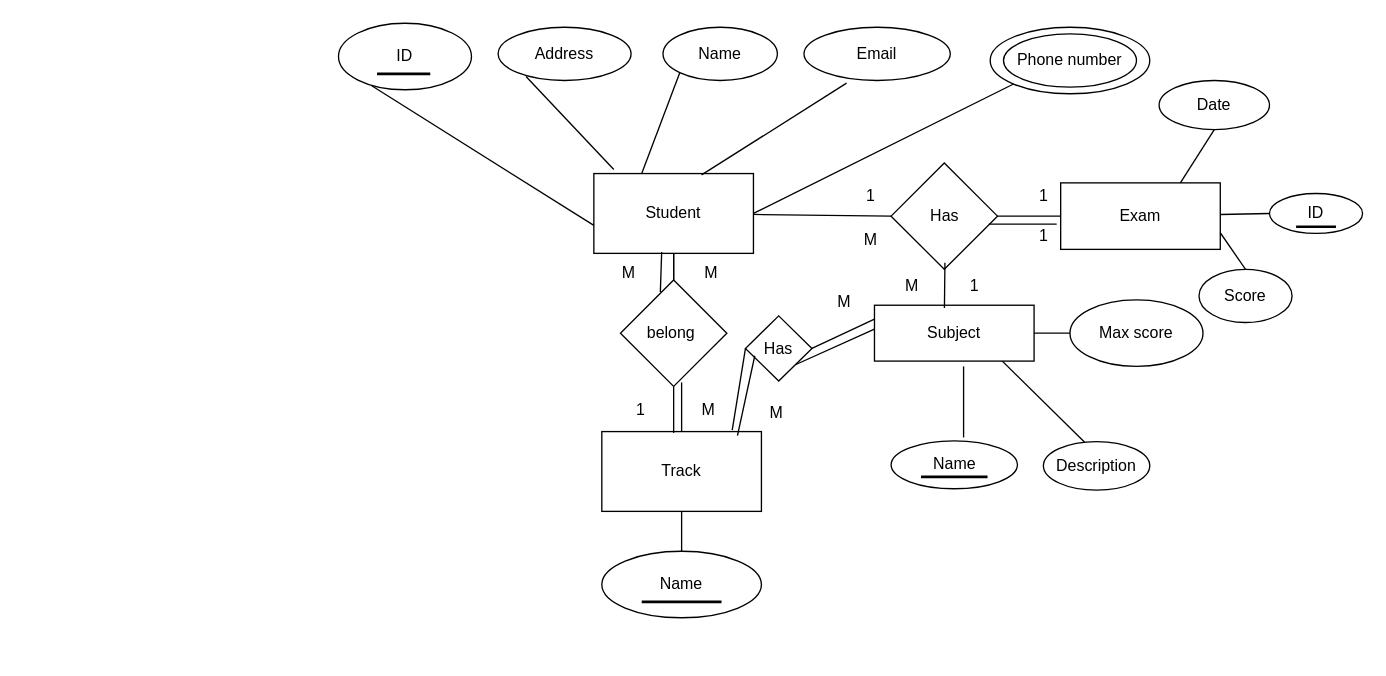
Earlier version of the draw.io diagram Untitled Diagram.drawio (NIHALMAGDY/ERD_Digrams). Source tidied: cells renumbered, new cells numbered last; positions are measured from the earlier drawing's top-left corner, leaving out a move shared by most shapes. Both pictures are drawn from the tidied source at 133%, with x=0, y=0 at pixel (338, 23).
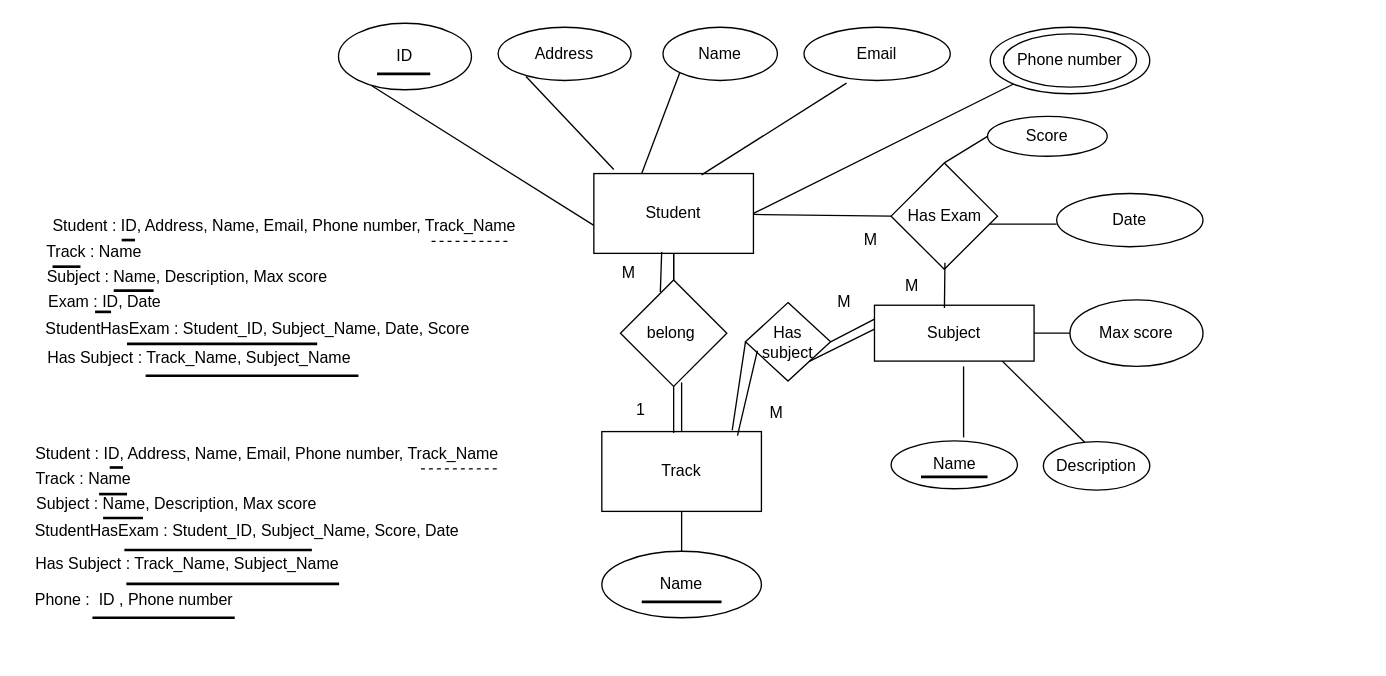
After the change.

Diff of the diagram source:
```diff
@@
-    <mxCell id="18" value="M" style="text;html=1;align=center;verticalAlign=middle;" parent="1" vertex="1">
-      <mxGeometry x="263" y="281" width="30" height="20" as="geometry" />
-    </mxCell>
-    <mxCell id="19" value="M" style="text;html=1;align=center;verticalAlign=middle;" parent="1" vertex="1">
-      <mxGeometry x="265" y="178" width="30" height="20" as="geometry" />
-    </mxCell>
@@
-    <mxCell id="33" value="Exam" style="rounded=0;whiteSpace=wrap;html=1;" parent="1" vertex="1">
-      <mxGeometry x="543" y="120" width="120" height="50" as="geometry" />
-    </mxCell>
-    <mxCell id="34" value="Has" style="rhombus;whiteSpace=wrap;html=1;" parent="1" vertex="1">
+    <mxCell id="34" value="Has Exam" style="rhombus;whiteSpace=wrap;html=1;" parent="1" vertex="1">
       <mxGeometry x="415.5" y="105" width="80" height="80" as="geometry" />
     </mxCell>
@@
-    <mxCell id="36" style="endArrow=none;html=1;entryX=0;entryY=0.5;entryDx=0;entryDy=0;exitX=1;exitY=0.5;exitDx=0;exitDy=0;" parent="1" edge="1" source="34" target="33">
-      <mxGeometry relative="1" as="geometry" />
-    </mxCell>
@@
-    <mxCell id="38" value="Date" style="ellipse;whiteSpace=wrap;html=1;" parent="1" vertex="1">
-      <mxGeometry x="617" y="43" width="83" height="37" as="geometry" />
-    </mxCell>
-    <mxCell id="39" style="endArrow=none;html=1;entryX=0.5;entryY=1;entryDx=0;entryDy=0;exitX=0.75;exitY=0;exitDx=0;exitDy=0;" parent="1" edge="1" source="33" target="38">
-      <mxGeometry relative="1" as="geometry" />
-    </mxCell>
-    <mxCell id="40" value="Score" style="ellipse;whiteSpace=wrap;html=1;" parent="1" vertex="1">
-      <mxGeometry x="647" y="185" width="70" height="40" as="geometry" />
-    </mxCell>
-    <mxCell id="41" style="endArrow=none;html=1;entryX=0.5;entryY=0;entryDx=0;entryDy=0;exitX=1;exitY=0.75;exitDx=0;exitDy=0;" parent="1" edge="1" source="33" target="40">
-      <mxGeometry relative="1" as="geometry" />
-    </mxCell>
-    <mxCell id="42" value="ID" style="ellipse;whiteSpace=wrap;html=1;" parent="1" vertex="1">
-      <mxGeometry x="700" y="128" width="70" height="30" as="geometry" />
-    </mxCell>
-    <mxCell id="43" style="line;strokeWidth=2;html=1;" parent="1" vertex="1">
-      <mxGeometry x="720" y="148" width="30" height="10" as="geometry" />
-    </mxCell>
-    <mxCell id="44" style="endArrow=none;html=1;entryX=0;entryY=0.5;entryDx=0;entryDy=0;" parent="1" edge="1" source="33" target="42">
-      <mxGeometry relative="1" as="geometry" />
-    </mxCell>
-    <mxCell id="45" value="1" style="text;html=1;align=center;verticalAlign=middle;" parent="1" vertex="1">
-      <mxGeometry x="520" y="120" width="20" height="20" as="geometry" />
-    </mxCell>
-    <mxCell id="46" value="1" style="text;html=1;align=center;verticalAlign=middle;" parent="1" vertex="1">
-      <mxGeometry x="390" y="120" width="20" height="20" as="geometry" />
-    </mxCell>
-    <mxCell id="47" value="1" style="text;html=1;align=center;verticalAlign=middle;" parent="1" vertex="1">
-      <mxGeometry x="520" y="150" width="20" height="20" as="geometry" />
-    </mxCell>
-    <mxCell id="48" value="1" style="text;html=1;align=center;verticalAlign=middle;" parent="1" vertex="1">
-      <mxGeometry x="468" y="188" width="20" height="20" as="geometry" />
-    </mxCell>
@@
-    <mxCell id="56" value="Has" style="rhombus;whiteSpace=wrap;html=1;" parent="1" vertex="1">
-      <mxGeometry x="306" y="220" width="50" height="49" as="geometry" />
+    <mxCell id="56" value="Has&lt;br&gt;subject" style="rhombus;whiteSpace=wrap;html=1;" parent="1" vertex="1">
+      <mxGeometry x="306" y="210" width="64" height="59" as="geometry" />
     </mxCell>
@@
+    <mxCell id="63" value="Student : ID, Address, Name, Email, Phone number, Track_Name" style="text;html=1;align=center;verticalAlign=middle;" parent="1" vertex="1">
+      <mxGeometry x="-221" y="143" width="360" height="20" as="geometry" />
+    </mxCell>
+    <mxCell id="64" value="Track : Name" style="text;html=1;align=center;verticalAlign=middle;" parent="1" vertex="1">
+      <mxGeometry x="-229" y="162" width="90" height="20" as="geometry" />
+    </mxCell>
+    <mxCell id="65" value="Subject : Name, Description, Max score" style="text;html=1;align=center;verticalAlign=middle;" parent="1" vertex="1">
+      <mxGeometry x="-229" y="181" width="230" height="20" as="geometry" />
+    </mxCell>
+    <mxCell id="66" value="Exam : ID, Date" style="text;html=1;align=center;verticalAlign=middle;" parent="1" vertex="1">
+      <mxGeometry x="-226" y="200" width="100" height="20" as="geometry" />
+    </mxCell>
+    <mxCell id="67" style="line;strokeWidth=2;html=1;" parent="1" vertex="1">
+      <mxGeometry x="-163" y="158" width="10" height="10" as="geometry" />
+    </mxCell>
+    <mxCell id="68" style="line;strokeWidth=2;html=1;" parent="1" vertex="1">
+      <mxGeometry x="-215" y="178" width="21" height="10" as="geometry" />
+    </mxCell>
+    <mxCell id="69" style="line;strokeWidth=2;html=1;" parent="1" vertex="1">
+      <mxGeometry x="-169" y="196" width="30" height="10" as="geometry" />
+    </mxCell>
+    <mxCell id="70" style="line;strokeWidth=2;html=1;" parent="1" vertex="1">
+      <mxGeometry x="-183" y="212" width="12" height="10" as="geometry" />
+    </mxCell>
+    <mxCell id="71" value="Phone :&amp;nbsp;&amp;nbsp;ID , Phone number&lt;br&gt;&amp;nbsp;&lt;br&gt;&amp;nbsp;" style="text;html=1;align=center;verticalAlign=middle;" parent="1" vertex="1">
+      <mxGeometry x="-234" y="423" width="160" height="50" as="geometry" />
+    </mxCell>
+    <mxCell id="72" value="&lt;span&gt;StudentHasExam : Student_ID, Subject_Name, Date, Score&lt;/span&gt;" style="text;html=1;align=center;verticalAlign=middle;" parent="1" vertex="1">
+      <mxGeometry x="-226" y="220" width="330" height="20" as="geometry" />
+    </mxCell>
+    <mxCell id="73" style="line;strokeWidth=2;html=1;" parent="1" vertex="1">
+      <mxGeometry x="-159" y="236" width="143" height="10" as="geometry" />
+    </mxCell>
+    <mxCell id="74" style="endArrow=none;dashed=1;html=1;" parent="1" edge="1">
+      <mxGeometry relative="1" as="geometry">
+        <mxPoint x="70" y="164" as="sourcePoint" />
+        <mxPoint x="130" y="164" as="targetPoint" />
+      </mxGeometry>
+    </mxCell>
+    <mxCell id="75" value="Has Subject : Track_Name, Subject_Name" style="text;html=1;align=center;verticalAlign=middle;" parent="1" vertex="1">
+      <mxGeometry x="-225" y="242" width="240" height="20" as="geometry" />
+    </mxCell>
+    <mxCell id="76" style="line;strokeWidth=2;html=1;" parent="1" vertex="1">
+      <mxGeometry x="-145" y="260" width="160" height="10" as="geometry" />
+    </mxCell>
+    <mxCell id="77" value="Student : ID, Address, Name, Email, Phone number, Track_Name" style="text;html=1;align=center;verticalAlign=middle;" parent="1" vertex="1">
+      <mxGeometry x="-234" y="314" width="360" height="20" as="geometry" />
+    </mxCell>
+    <mxCell id="78" value="Track : Name" style="text;html=1;align=center;verticalAlign=middle;" parent="1" vertex="1">
+      <mxGeometry x="-237" y="333" width="90" height="20" as="geometry" />
+    </mxCell>
+    <mxCell id="79" value="Subject : Name, Description, Max score" style="text;html=1;align=center;verticalAlign=middle;" parent="1" vertex="1">
+      <mxGeometry x="-237" y="352" width="230" height="20" as="geometry" />
+    </mxCell>
+    <mxCell id="80" style="line;strokeWidth=2;html=1;" parent="1" vertex="1">
+      <mxGeometry x="-172" y="329" width="10" height="10" as="geometry" />
+    </mxCell>
+    <mxCell id="81" style="line;strokeWidth=2;html=1;" parent="1" vertex="1">
+      <mxGeometry x="-180" y="349" width="21" height="10" as="geometry" />
+    </mxCell>
+    <mxCell id="82" style="line;strokeWidth=2;html=1;" parent="1" vertex="1">
+      <mxGeometry x="-177" y="367" width="30" height="10" as="geometry" />
+    </mxCell>
+    <mxCell id="83" value="StudentHasExam&lt;span&gt;&amp;nbsp;: Student_ID, Subject_Name, Score, Date&lt;/span&gt;" style="text;html=1;align=center;verticalAlign=middle;" parent="1" vertex="1">
+      <mxGeometry x="-234" y="372" width="330" height="20" as="geometry" />
+    </mxCell>
+    <mxCell id="84" style="line;strokeWidth=2;html=1;" parent="1" vertex="1">
+      <mxGeometry x="-161" y="391" width="141" height="10" as="geometry" />
+    </mxCell>
+    <mxCell id="85" style="endArrow=none;dashed=1;html=1;" parent="1" edge="1">
+      <mxGeometry relative="1" as="geometry">
+        <mxPoint x="62" y="335" as="sourcePoint" />
+        <mxPoint x="122" y="335" as="targetPoint" />
+      </mxGeometry>
+    </mxCell>
+    <mxCell id="86" value="Has Subject : Track_Name, Subject_Name" style="text;html=1;align=center;verticalAlign=middle;" parent="1" vertex="1">
+      <mxGeometry x="-234" y="397" width="240" height="20" as="geometry" />
+    </mxCell>
+    <mxCell id="87" style="line;strokeWidth=2;html=1;" parent="1" vertex="1">
+      <mxGeometry x="-159.5" y="417" width="160" height="9" as="geometry" />
+    </mxCell>
+    <mxCell id="88" style="line;strokeWidth=2;html=1;" parent="1" vertex="1">
+      <mxGeometry x="-185" y="442" width="107" height="10" as="geometry" />
+    </mxCell>
+    <mxCell id="40" value="Score" style="ellipse;whiteSpace=wrap;html=1;" parent="1" vertex="1">
+      <mxGeometry x="488" y="70" width="90" height="30" as="geometry" />
+    </mxCell>
+    <mxCell id="89" style="endArrow=none;html=1;entryX=0;entryY=0.5;entryDx=0;entryDy=0;exitX=0.5;exitY=0;exitDx=0;exitDy=0;" parent="1" edge="1" source="34" target="40">
+      <mxGeometry relative="1" as="geometry" />
+    </mxCell>
+    <mxCell id="38" value="Date" style="ellipse;whiteSpace=wrap;html=1;" parent="1" vertex="1">
+      <mxGeometry x="540" y="128" width="110" height="40" as="geometry" />
+    </mxCell>
```
